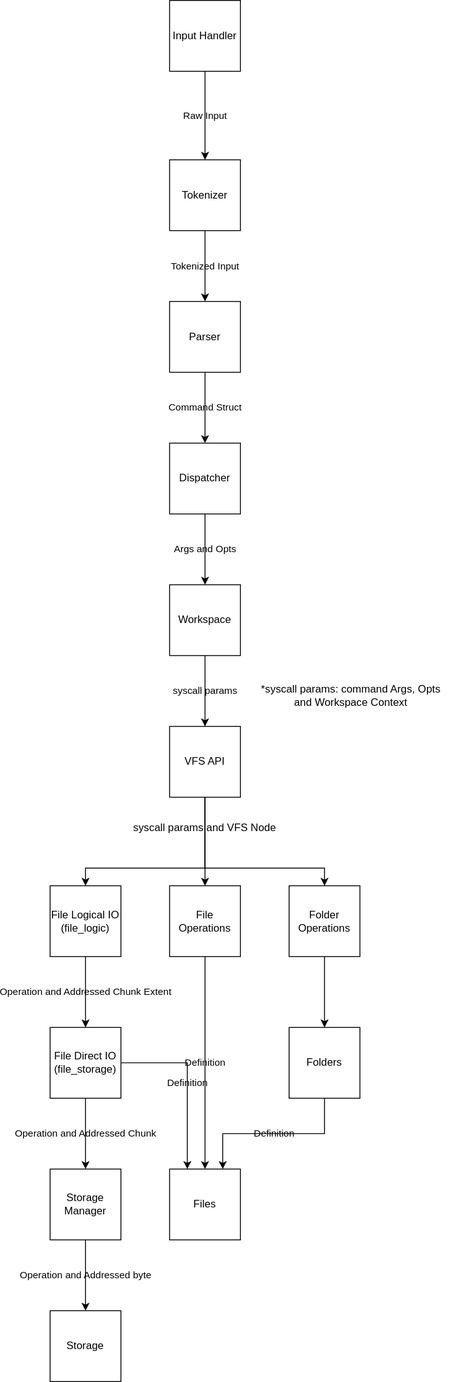
This is docs/VFS_Architecture_Diagram.svg from Tortooga/virtual-file-system-c, a draw.io export, as it was before one commit. Source tidied: cells renumbered, new cells last; positions are measured from the earlier drawing's top-left corner, leaving out a move shared by most shapes. The source it was exported from:
```xml
<mxGraphModel>
  <root>
    <mxCell id="0" />
    <mxCell id="1" parent="0" />
    <mxCell id="2" value="Raw Input" style="edgeStyle=orthogonalEdgeStyle;rounded=0;jettySize=auto;html=1;exitX=0.5;exitY=1;exitDx=0;exitDy=0;entryX=0.5;entryY=0;entryDx=0;entryDy=0;labelBackgroundColor=none;fontColor=default;" parent="1" edge="1" source="3" target="5">
      <mxGeometry relative="1" as="geometry" />
    </mxCell>
    <mxCell id="3" value="Input Handler" style="whiteSpace=wrap;html=1;labelBackgroundColor=none;" parent="1" vertex="1">
      <mxGeometry x="135" width="80" height="80" as="geometry" />
    </mxCell>
    <mxCell id="4" value="Tokenized Input" style="edgeStyle=orthogonalEdgeStyle;rounded=0;jettySize=auto;html=1;labelBackgroundColor=none;fontColor=default;" parent="1" edge="1" source="5" target="7">
      <mxGeometry relative="1" as="geometry" />
    </mxCell>
    <mxCell id="5" value="Tokenizer" style="whiteSpace=wrap;html=1;labelBackgroundColor=none;" parent="1" vertex="1">
      <mxGeometry x="135" y="180" width="80" height="80" as="geometry" />
    </mxCell>
    <mxCell id="6" value="Command Struct" style="edgeStyle=orthogonalEdgeStyle;rounded=0;jettySize=auto;html=1;labelBackgroundColor=none;fontColor=default;" parent="1" edge="1" source="7" target="9">
      <mxGeometry relative="1" as="geometry" />
    </mxCell>
    <mxCell id="7" value="Parser" style="whiteSpace=wrap;html=1;labelBackgroundColor=none;" parent="1" vertex="1">
      <mxGeometry x="135" y="340" width="80" height="80" as="geometry" />
    </mxCell>
    <mxCell id="8" value="Args and Opts" style="edgeStyle=orthogonalEdgeStyle;rounded=0;jettySize=auto;html=1;labelBackgroundColor=none;fontColor=default;" parent="1" edge="1" source="9">
      <mxGeometry relative="1" as="geometry">
        <mxPoint x="175" y="660" as="targetPoint" />
      </mxGeometry>
    </mxCell>
    <mxCell id="9" value="Dispatcher" style="whiteSpace=wrap;html=1;labelBackgroundColor=none;" parent="1" vertex="1">
      <mxGeometry x="135" y="500" width="80" height="80" as="geometry" />
    </mxCell>
    <mxCell id="10" value="syscall params" style="edgeStyle=orthogonalEdgeStyle;rounded=0;jettySize=auto;html=1;labelBackgroundColor=none;fontColor=default;" parent="1" edge="1" source="11" target="15">
      <mxGeometry relative="1" as="geometry" />
    </mxCell>
    <mxCell id="11" value="Workspace" style="whiteSpace=wrap;html=1;labelBackgroundColor=none;" parent="1" vertex="1">
      <mxGeometry x="135" y="660" width="80" height="80" as="geometry" />
    </mxCell>
    <mxCell id="12" style="edgeStyle=orthogonalEdgeStyle;rounded=0;jettySize=auto;html=1;exitX=0.5;exitY=1;exitDx=0;exitDy=0;labelBackgroundColor=none;fontColor=default;" parent="1" edge="1" source="15">
      <mxGeometry relative="1" as="geometry">
        <mxPoint x="40" y="1000" as="targetPoint" />
        <Array as="points">
          <mxPoint x="175" y="980" />
          <mxPoint x="40" y="980" />
          <mxPoint x="40" y="1000" />
        </Array>
      </mxGeometry>
    </mxCell>
    <mxCell id="13" style="edgeStyle=orthogonalEdgeStyle;rounded=0;jettySize=auto;html=1;exitX=0.5;exitY=1;exitDx=0;exitDy=0;labelBackgroundColor=none;fontColor=default;" parent="1" edge="1" source="15" target="18">
      <mxGeometry relative="1" as="geometry">
        <Array as="points">
          <mxPoint x="175" y="980" />
          <mxPoint x="310" y="980" />
        </Array>
      </mxGeometry>
    </mxCell>
    <mxCell id="14" style="edgeStyle=orthogonalEdgeStyle;rounded=0;jettySize=auto;html=1;exitX=0.5;exitY=1;exitDx=0;exitDy=0;labelBackgroundColor=none;fontColor=default;" parent="1" edge="1" source="15" target="21">
      <mxGeometry relative="1" as="geometry" />
    </mxCell>
    <mxCell id="15" value="VFS API" style="whiteSpace=wrap;html=1;labelBackgroundColor=none;" parent="1" vertex="1">
      <mxGeometry x="135" y="820" width="80" height="80" as="geometry" />
    </mxCell>
    <mxCell id="16" value="*syscall params: command Args, Opts and Workspace Context" style="text;html=1;whiteSpace=wrap;strokeColor=none;fillColor=none;align=center;verticalAlign=middle;rounded=0;labelBackgroundColor=none;" parent="1" vertex="1">
      <mxGeometry x="230" y="770" width="220" height="30" as="geometry" />
    </mxCell>
    <mxCell id="17" style="edgeStyle=orthogonalEdgeStyle;rounded=0;jettySize=auto;html=1;exitX=0.5;exitY=1;exitDx=0;exitDy=0;entryX=0.5;entryY=0;entryDx=0;entryDy=0;labelBackgroundColor=none;fontColor=default;" parent="1" edge="1" source="18" target="32">
      <mxGeometry relative="1" as="geometry" />
    </mxCell>
    <mxCell id="18" value="Folder Operations" style="whiteSpace=wrap;html=1;labelBackgroundColor=none;" parent="1" vertex="1">
      <mxGeometry x="270" y="1000" width="80" height="80" as="geometry" />
    </mxCell>
    <mxCell id="19" value="syscall params and VFS Node" style="text;html=1;whiteSpace=wrap;strokeColor=none;fillColor=none;align=center;verticalAlign=middle;rounded=0;labelBackgroundColor=none;" parent="1" vertex="1">
      <mxGeometry x="55" y="920" width="240" height="30" as="geometry" />
    </mxCell>
    <mxCell id="20" value="Definition" style="edgeStyle=orthogonalEdgeStyle;rounded=0;jettySize=auto;html=1;exitX=0.5;exitY=1;exitDx=0;exitDy=0;entryX=0.5;entryY=0;entryDx=0;entryDy=0;labelBackgroundColor=none;fontColor=default;" parent="1" edge="1" source="21" target="30">
      <mxGeometry relative="1" as="geometry" />
    </mxCell>
    <mxCell id="21" value="File Operations" style="whiteSpace=wrap;html=1;labelBackgroundColor=none;" parent="1" vertex="1">
      <mxGeometry x="135" y="1000" width="80" height="80" as="geometry" />
    </mxCell>
    <mxCell id="22" value="Operation and Addressed Chunk Extent" style="edgeStyle=orthogonalEdgeStyle;rounded=0;jettySize=auto;html=1;labelBackgroundColor=none;fontColor=default;" parent="1" edge="1" source="23" target="26">
      <mxGeometry relative="1" as="geometry" />
    </mxCell>
    <mxCell id="23" value="File Logical IO&lt;div&gt;(file_logic)&lt;/div&gt;" style="whiteSpace=wrap;html=1;labelBackgroundColor=none;" parent="1" vertex="1">
      <mxGeometry y="1000" width="80" height="80" as="geometry" />
    </mxCell>
    <mxCell id="24" value="Operation and Addressed Chunk" style="edgeStyle=orthogonalEdgeStyle;rounded=0;jettySize=auto;html=1;labelBackgroundColor=none;fontColor=default;" parent="1" edge="1" source="26" target="28">
      <mxGeometry relative="1" as="geometry" />
    </mxCell>
    <mxCell id="25" value="Definition" style="edgeStyle=orthogonalEdgeStyle;rounded=0;jettySize=auto;html=1;exitX=1;exitY=0.5;exitDx=0;exitDy=0;entryX=0.25;entryY=0;entryDx=0;entryDy=0;labelBackgroundColor=none;fontColor=default;" parent="1" edge="1" source="26" target="30">
      <mxGeometry relative="1" as="geometry" />
    </mxCell>
    <mxCell id="26" value="File Direct IO&lt;div&gt;(file_storage)&lt;/div&gt;" style="whiteSpace=wrap;html=1;labelBackgroundColor=none;" parent="1" vertex="1">
      <mxGeometry y="1160" width="80" height="80" as="geometry" />
    </mxCell>
    <mxCell id="27" value="Operation and Addressed byte" style="edgeStyle=orthogonalEdgeStyle;rounded=0;jettySize=auto;html=1;labelBackgroundColor=none;fontColor=default;" parent="1" edge="1" source="28" target="29">
      <mxGeometry relative="1" as="geometry" />
    </mxCell>
    <mxCell id="28" value="Storage Manager" style="whiteSpace=wrap;html=1;labelBackgroundColor=none;" parent="1" vertex="1">
      <mxGeometry y="1320" width="80" height="80" as="geometry" />
    </mxCell>
    <mxCell id="29" value="Storage" style="whiteSpace=wrap;html=1;labelBackgroundColor=none;" parent="1" vertex="1">
      <mxGeometry y="1480" width="80" height="80" as="geometry" />
    </mxCell>
    <mxCell id="30" value="Files" style="whiteSpace=wrap;html=1;labelBackgroundColor=none;" parent="1" vertex="1">
      <mxGeometry x="135" y="1320" width="80" height="80" as="geometry" />
    </mxCell>
    <mxCell id="31" value="Definition" style="edgeStyle=orthogonalEdgeStyle;rounded=0;jettySize=auto;html=1;exitX=0.5;exitY=1;exitDx=0;exitDy=0;entryX=0.75;entryY=0;entryDx=0;entryDy=0;labelBackgroundColor=none;fontColor=default;" parent="1" edge="1" source="32" target="30">
      <mxGeometry relative="1" as="geometry" />
    </mxCell>
    <mxCell id="32" value="Folders" style="whiteSpace=wrap;html=1;labelBackgroundColor=none;" parent="1" vertex="1">
      <mxGeometry x="270" y="1160" width="80" height="80" as="geometry" />
    </mxCell>
  </root>
</mxGraphModel>
```
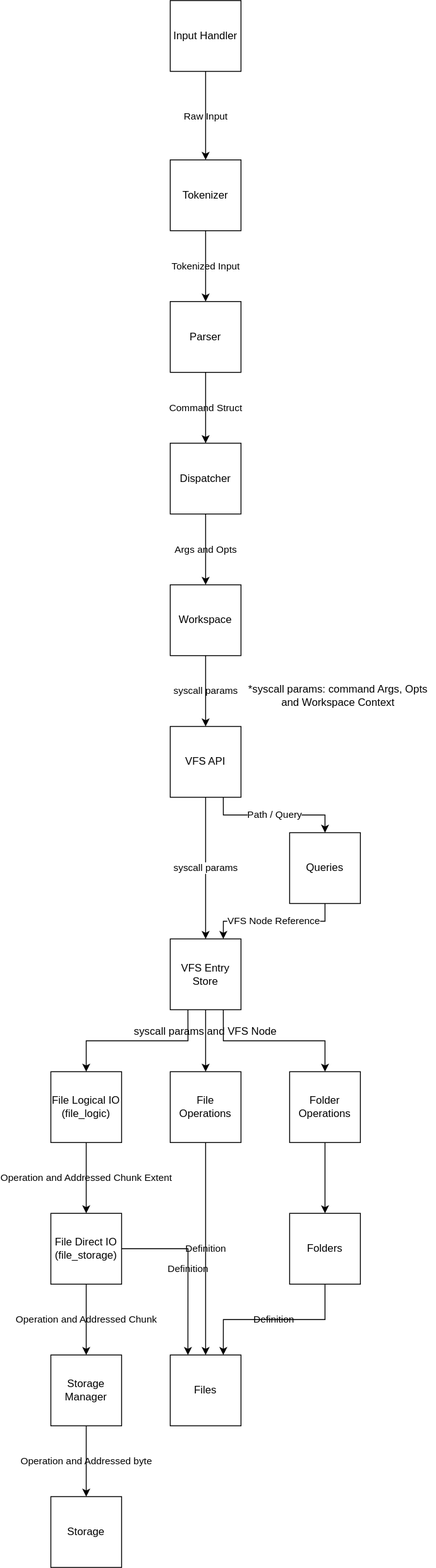
The same diagram one commit later.

Diff of the diagram source:
```diff
@@ -6,81 +6,68 @@
       <mxGeometry relative="1" as="geometry" />
     </mxCell>
     <mxCell id="3" value="Input Handler" style="whiteSpace=wrap;html=1;labelBackgroundColor=none;" parent="1" vertex="1">
-      <mxGeometry x="135" width="80" height="80" as="geometry" />
+      <mxGeometry x="145" y="-680" width="80" height="80" as="geometry" />
     </mxCell>
     <mxCell id="4" value="Tokenized Input" style="edgeStyle=orthogonalEdgeStyle;rounded=0;jettySize=auto;html=1;labelBackgroundColor=none;fontColor=default;" parent="1" edge="1" source="5" target="7">
       <mxGeometry relative="1" as="geometry" />
     </mxCell>
     <mxCell id="5" value="Tokenizer" style="whiteSpace=wrap;html=1;labelBackgroundColor=none;" parent="1" vertex="1">
-      <mxGeometry x="135" y="180" width="80" height="80" as="geometry" />
+      <mxGeometry x="145" y="-500" width="80" height="80" as="geometry" />
     </mxCell>
     <mxCell id="6" value="Command Struct" style="edgeStyle=orthogonalEdgeStyle;rounded=0;jettySize=auto;html=1;labelBackgroundColor=none;fontColor=default;" parent="1" edge="1" source="7" target="9">
       <mxGeometry relative="1" as="geometry" />
     </mxCell>
     <mxCell id="7" value="Parser" style="whiteSpace=wrap;html=1;labelBackgroundColor=none;" parent="1" vertex="1">
-      <mxGeometry x="135" y="340" width="80" height="80" as="geometry" />
+      <mxGeometry x="145" y="-340" width="80" height="80" as="geometry" />
     </mxCell>
     <mxCell id="8" value="Args and Opts" style="edgeStyle=orthogonalEdgeStyle;rounded=0;jettySize=auto;html=1;labelBackgroundColor=none;fontColor=default;" parent="1" edge="1" source="9">
       <mxGeometry relative="1" as="geometry">
-        <mxPoint x="175" y="660" as="targetPoint" />
+        <mxPoint x="185" y="-20" as="targetPoint" />
       </mxGeometry>
     </mxCell>
     <mxCell id="9" value="Dispatcher" style="whiteSpace=wrap;html=1;labelBackgroundColor=none;" parent="1" vertex="1">
-      <mxGeometry x="135" y="500" width="80" height="80" as="geometry" />
+      <mxGeometry x="145" y="-180" width="80" height="80" as="geometry" />
     </mxCell>
-    <mxCell id="10" value="syscall params" style="edgeStyle=orthogonalEdgeStyle;rounded=0;jettySize=auto;html=1;labelBackgroundColor=none;fontColor=default;" parent="1" edge="1" source="11" target="15">
-      <mxGeometry relative="1" as="geometry" />
+    <mxCell id="10" value="syscall params" style="edgeStyle=orthogonalEdgeStyle;rounded=0;jettySize=auto;html=1;labelBackgroundColor=none;fontColor=default;" parent="1" edge="1" source="11">
+      <mxGeometry relative="1" as="geometry">
+        <mxPoint x="185" y="140" as="targetPoint" />
+      </mxGeometry>
     </mxCell>
     <mxCell id="11" value="Workspace" style="whiteSpace=wrap;html=1;labelBackgroundColor=none;" parent="1" vertex="1">
-      <mxGeometry x="135" y="660" width="80" height="80" as="geometry" />
+      <mxGeometry x="145" y="-20" width="80" height="80" as="geometry" />
     </mxCell>
-    <mxCell id="12" style="edgeStyle=orthogonalEdgeStyle;rounded=0;jettySize=auto;html=1;exitX=0.5;exitY=1;exitDx=0;exitDy=0;labelBackgroundColor=none;fontColor=default;" parent="1" edge="1" source="15">
-      <mxGeometry relative="1" as="geometry">
-        <mxPoint x="40" y="1000" as="targetPoint" />
-        <Array as="points">
-          <mxPoint x="175" y="980" />
-          <mxPoint x="40" y="980" />
-          <mxPoint x="40" y="1000" />
-        </Array>
-      </mxGeometry>
-    </mxCell>
-    <mxCell id="13" style="edgeStyle=orthogonalEdgeStyle;rounded=0;jettySize=auto;html=1;exitX=0.5;exitY=1;exitDx=0;exitDy=0;labelBackgroundColor=none;fontColor=default;" parent="1" edge="1" source="15" target="18">
-      <mxGeometry relative="1" as="geometry">
-        <Array as="points">
-          <mxPoint x="175" y="980" />
-          <mxPoint x="310" y="980" />
-        </Array>
-      </mxGeometry>
-    </mxCell>
-    <mxCell id="14" style="edgeStyle=orthogonalEdgeStyle;rounded=0;jettySize=auto;html=1;exitX=0.5;exitY=1;exitDx=0;exitDy=0;labelBackgroundColor=none;fontColor=default;" parent="1" edge="1" source="15" target="21">
-      <mxGeometry relative="1" as="geometry" />
-    </mxCell>
+    <mxCell id="33" value="Path / Query" style="edgeStyle=orthogonalEdgeStyle;rounded=0;jettySize=auto;html=1;exitX=0.75;exitY=1;exitDx=0;exitDy=0;entryX=0.5;entryY=0;entryDx=0;entryDy=0;" parent="1" edge="1" source="15" target="36">
+      <mxGeometry relative="1" as="geometry" />
+    </mxCell>
+    <mxCell id="34" value="syscall params" style="edgeStyle=orthogonalEdgeStyle;rounded=0;jettySize=auto;html=1;exitX=0.5;exitY=1;exitDx=0;exitDy=0;entryX=0.5;entryY=0;entryDx=0;entryDy=0;" parent="1" edge="1" source="15" target="40">
+      <mxGeometry relative="1" as="geometry" />
+    </mxCell>
     <mxCell id="15" value="VFS API" style="whiteSpace=wrap;html=1;labelBackgroundColor=none;" parent="1" vertex="1">
-      <mxGeometry x="135" y="820" width="80" height="80" as="geometry" />
+      <mxGeometry x="145" y="140" width="80" height="80" as="geometry" />
     </mxCell>
     <mxCell id="16" value="*syscall params: command Args, Opts and Workspace Context" style="text;html=1;whiteSpace=wrap;strokeColor=none;fillColor=none;align=center;verticalAlign=middle;rounded=0;labelBackgroundColor=none;" parent="1" vertex="1">
-      <mxGeometry x="230" y="770" width="220" height="30" as="geometry" />
+      <mxGeometry x="225" y="90" width="220" height="30" as="geometry" />
     </mxCell>
     <mxCell id="17" style="edgeStyle=orthogonalEdgeStyle;rounded=0;jettySize=auto;html=1;exitX=0.5;exitY=1;exitDx=0;exitDy=0;entryX=0.5;entryY=0;entryDx=0;entryDy=0;labelBackgroundColor=none;fontColor=default;" parent="1" edge="1" source="18" target="32">
       <mxGeometry relative="1" as="geometry" />
     </mxCell>
     <mxCell id="18" value="Folder Operations" style="whiteSpace=wrap;html=1;labelBackgroundColor=none;" parent="1" vertex="1">
-      <mxGeometry x="270" y="1000" width="80" height="80" as="geometry" />
+      <mxGeometry x="280" y="530" width="80" height="80" as="geometry" />
     </mxCell>
     <mxCell id="19" value="syscall params and VFS Node" style="text;html=1;whiteSpace=wrap;strokeColor=none;fillColor=none;align=center;verticalAlign=middle;rounded=0;labelBackgroundColor=none;" parent="1" vertex="1">
-      <mxGeometry x="55" y="920" width="240" height="30" as="geometry" />
+      <mxGeometry x="65" y="470" width="240" height="30" as="geometry" />
     </mxCell>
     <mxCell id="20" value="Definition" style="edgeStyle=orthogonalEdgeStyle;rounded=0;jettySize=auto;html=1;exitX=0.5;exitY=1;exitDx=0;exitDy=0;entryX=0.5;entryY=0;entryDx=0;entryDy=0;labelBackgroundColor=none;fontColor=default;" parent="1" edge="1" source="21" target="30">
       <mxGeometry relative="1" as="geometry" />
     </mxCell>
     <mxCell id="21" value="File Operations" style="whiteSpace=wrap;html=1;labelBackgroundColor=none;" parent="1" vertex="1">
-      <mxGeometry x="135" y="1000" width="80" height="80" as="geometry" />
+      <mxGeometry x="145" y="530" width="80" height="80" as="geometry" />
     </mxCell>
     <mxCell id="22" value="Operation and Addressed Chunk Extent" style="edgeStyle=orthogonalEdgeStyle;rounded=0;jettySize=auto;html=1;labelBackgroundColor=none;fontColor=default;" parent="1" edge="1" source="23" target="26">
       <mxGeometry relative="1" as="geometry" />
     </mxCell>
     <mxCell id="23" value="File Logical IO&lt;div&gt;(file_logic)&lt;/div&gt;" style="whiteSpace=wrap;html=1;labelBackgroundColor=none;" parent="1" vertex="1">
-      <mxGeometry y="1000" width="80" height="80" as="geometry" />
+      <mxGeometry x="10" y="530" width="80" height="80" as="geometry" />
     </mxCell>
     <mxCell id="24" value="Operation and Addressed Chunk" style="edgeStyle=orthogonalEdgeStyle;rounded=0;jettySize=auto;html=1;labelBackgroundColor=none;fontColor=default;" parent="1" edge="1" source="26" target="28">
       <mxGeometry relative="1" as="geometry" />
@@ -89,25 +76,43 @@
       <mxGeometry relative="1" as="geometry" />
     </mxCell>
     <mxCell id="26" value="File Direct IO&lt;div&gt;(file_storage)&lt;/div&gt;" style="whiteSpace=wrap;html=1;labelBackgroundColor=none;" parent="1" vertex="1">
-      <mxGeometry y="1160" width="80" height="80" as="geometry" />
+      <mxGeometry x="10" y="690" width="80" height="80" as="geometry" />
     </mxCell>
     <mxCell id="27" value="Operation and Addressed byte" style="edgeStyle=orthogonalEdgeStyle;rounded=0;jettySize=auto;html=1;labelBackgroundColor=none;fontColor=default;" parent="1" edge="1" source="28" target="29">
       <mxGeometry relative="1" as="geometry" />
     </mxCell>
     <mxCell id="28" value="Storage Manager" style="whiteSpace=wrap;html=1;labelBackgroundColor=none;" parent="1" vertex="1">
-      <mxGeometry y="1320" width="80" height="80" as="geometry" />
+      <mxGeometry x="10" y="850" width="80" height="80" as="geometry" />
     </mxCell>
     <mxCell id="29" value="Storage" style="whiteSpace=wrap;html=1;labelBackgroundColor=none;" parent="1" vertex="1">
-      <mxGeometry y="1480" width="80" height="80" as="geometry" />
+      <mxGeometry x="10" y="1010" width="80" height="80" as="geometry" />
     </mxCell>
     <mxCell id="30" value="Files" style="whiteSpace=wrap;html=1;labelBackgroundColor=none;" parent="1" vertex="1">
-      <mxGeometry x="135" y="1320" width="80" height="80" as="geometry" />
+      <mxGeometry x="145" y="850" width="80" height="80" as="geometry" />
     </mxCell>
     <mxCell id="31" value="Definition" style="edgeStyle=orthogonalEdgeStyle;rounded=0;jettySize=auto;html=1;exitX=0.5;exitY=1;exitDx=0;exitDy=0;entryX=0.75;entryY=0;entryDx=0;entryDy=0;labelBackgroundColor=none;fontColor=default;" parent="1" edge="1" source="32" target="30">
       <mxGeometry relative="1" as="geometry" />
     </mxCell>
     <mxCell id="32" value="Folders" style="whiteSpace=wrap;html=1;labelBackgroundColor=none;" parent="1" vertex="1">
-      <mxGeometry x="270" y="1160" width="80" height="80" as="geometry" />
+      <mxGeometry x="280" y="690" width="80" height="80" as="geometry" />
     </mxCell>
+    <mxCell id="35" value="VFS Node Reference" style="edgeStyle=orthogonalEdgeStyle;rounded=0;jettySize=auto;html=1;exitX=0.5;exitY=1;exitDx=0;exitDy=0;entryX=0.75;entryY=0;entryDx=0;entryDy=0;" parent="1" edge="1" source="36" target="40">
+      <mxGeometry relative="1" as="geometry" />
+    </mxCell>
+    <mxCell id="36" value="Queries" style="whiteSpace=wrap;html=1;" parent="1" vertex="1">
+      <mxGeometry x="280" y="260" width="80" height="80" as="geometry" />
+    </mxCell>
+    <mxCell id="37" style="edgeStyle=orthogonalEdgeStyle;rounded=0;jettySize=auto;html=1;exitX=0.5;exitY=1;exitDx=0;exitDy=0;" parent="1" edge="1" source="40" target="21">
+      <mxGeometry relative="1" as="geometry" />
+    </mxCell>
+    <mxCell id="38" style="edgeStyle=orthogonalEdgeStyle;rounded=0;jettySize=auto;html=1;exitX=0.25;exitY=1;exitDx=0;exitDy=0;entryX=0.5;entryY=0;entryDx=0;entryDy=0;" parent="1" edge="1" source="40" target="23">
+      <mxGeometry relative="1" as="geometry" />
+    </mxCell>
+    <mxCell id="39" style="edgeStyle=orthogonalEdgeStyle;rounded=0;jettySize=auto;html=1;exitX=0.75;exitY=1;exitDx=0;exitDy=0;" parent="1" edge="1" source="40" target="18">
+      <mxGeometry relative="1" as="geometry" />
+    </mxCell>
+    <mxCell id="40" value="VFS Entry Store" style="whiteSpace=wrap;html=1;" parent="1" vertex="1">
+      <mxGeometry x="145" y="380" width="80" height="80" as="geometry" />
+    </mxCell>
   </root>
 </mxGraphModel>
```
